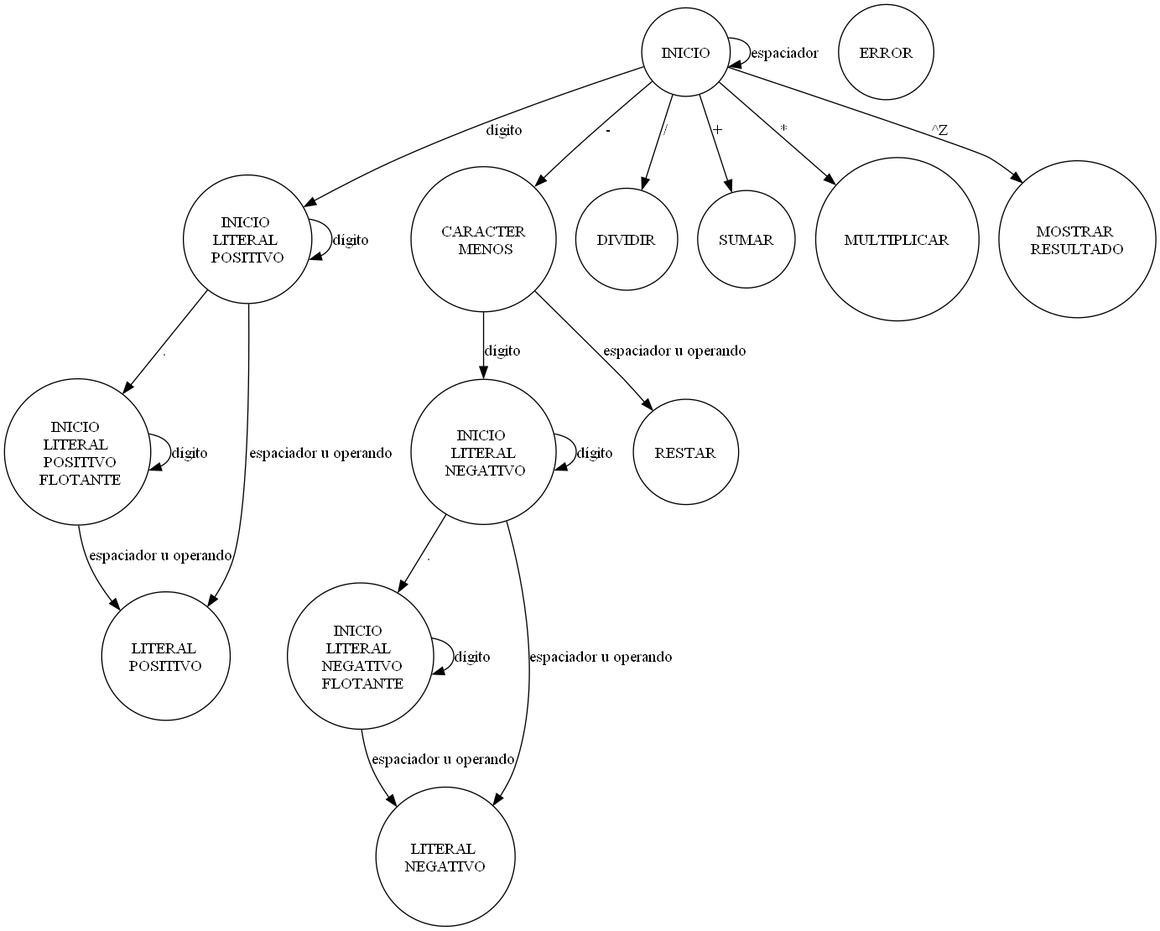
This is 25-CalculadoraPolaca/Scanner.png from IAristia/SSL, a Graphviz export, as it was before one commit. Its source is kept beside it as 25-CalculadoraPolaca/scanner.gv. Its diagram source:
```dot
digraph G {

    graph  [bgcolor="white", fontname="Arial", fontsize=12]

    node [shape = circle], witdth = 5;

    INICIO [label = "INICIO"];
    INICIO_LITERAL_POSITIVO [label = "INICIO \nLITERAL \nPOSITIVO"];
    INICIO_LITERAL_POSITIVO_FLOTANTE [label = "INICIO \nLITERAL \n POSITIVO\n FLOTANTE"];
    LITERAL_POSITIVO [label = "LITERAL \nPOSITIVO"];
    CARACTER_MENOS [label = "CARACTER\n MENOS"];
    INICIO_LITERAL_NEGATIVO [label = "INICIO \nLITERAL\n NEGATIVO"];
    INICIO_LITERAL_NEGATIVO_FLOTANTE [label = "INICIO \nLITERAL \n NEGATIVO\n FLOTANTE"];
    LITERAL_NEGATIVO [label = "LITERAL \nNEGATIVO"];
    RESTAR [label = "RESTAR"];
    DIVIDIR [label = "DIVIDIR"];
    SUMAR [label = "SUMAR"];
    MULTIPLICAR [label = "MULTIPLICAR"];
    MOSTRAR_RESULTADO [label = "MOSTRAR \nRESULTADO"];
    ERROR [label = "ERROR"];

    INICIO -> INICIO [label = "espaciador"];
    INICIO -> INICIO_LITERAL_POSITIVO [label = "dígito"];
    INICIO_LITERAL_POSITIVO -> INICIO_LITERAL_POSITIVO [label = "dígito"];
    INICIO_LITERAL_POSITIVO -> INICIO_LITERAL_POSITIVO_FLOTANTE [label = "."];
    INICIO_LITERAL_POSITIVO_FLOTANTE -> INICIO_LITERAL_POSITIVO_FLOTANTE [label = "dígito"];
    INICIO_LITERAL_POSITIVO_FLOTANTE -> LITERAL_POSITIVO [label = "espaciador u operando"];
    INICIO_LITERAL_POSITIVO -> LITERAL_POSITIVO [label = "espaciador u operando"];

    INICIO -> CARACTER_MENOS [label ="-"];
    CARACTER_MENOS -> RESTAR [label ="espaciador u operando"];
    CARACTER_MENOS -> INICIO_LITERAL_NEGATIVO [label ="dígito"];
    INICIO_LITERAL_NEGATIVO -> INICIO_LITERAL_NEGATIVO [label ="dígito"];
    INICIO_LITERAL_NEGATIVO -> LITERAL_NEGATIVO [label ="espaciador u operando"];
    INICIO_LITERAL_NEGATIVO -> INICIO_LITERAL_NEGATIVO_FLOTANTE [label ="."];
    INICIO_LITERAL_NEGATIVO_FLOTANTE -> INICIO_LITERAL_NEGATIVO_FLOTANTE [label ="dígito"];
    INICIO_LITERAL_NEGATIVO_FLOTANTE -> LITERAL_NEGATIVO[label = "espaciador u operando"];

    INICIO -> DIVIDIR[label = "/"]

    INICIO -> SUMAR[label = "+"]

    INICIO -> MULTIPLICAR[label = "*"]

    INICIO -> MOSTRAR_RESULTADO[label = "^Z"]
}
```
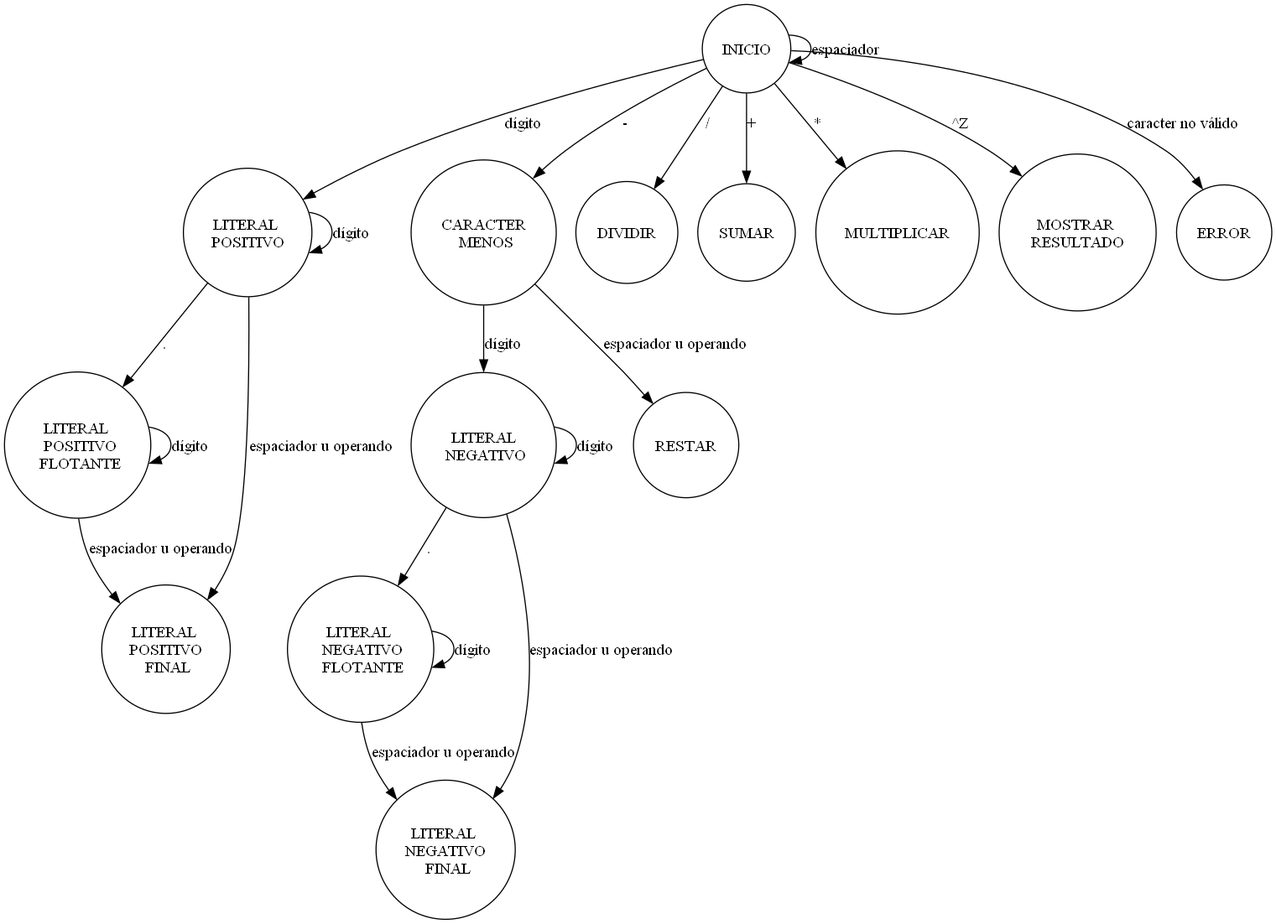
Above is the later version.

The edit, as a diff of the source:
```diff
@@ -2,39 +2,39 @@
 
     graph  [bgcolor="white", fontname="Arial", fontsize=12]
 
-    node [shape = circle], witdth = 5;
+    node [shape = circle, witdth = 5];
 
     INICIO [label = "INICIO"];
-    INICIO_LITERAL_POSITIVO [label = "INICIO \nLITERAL \nPOSITIVO"];
-    INICIO_LITERAL_POSITIVO_FLOTANTE [label = "INICIO \nLITERAL \n POSITIVO\n FLOTANTE"];
     LITERAL_POSITIVO [label = "LITERAL \nPOSITIVO"];
+    LITERAL_POSITIVO_FLOTANTE [label = "LITERAL \n POSITIVO\n FLOTANTE"];
+    LITERAL_POSITIVO_FINAL [label = "LITERAL \nPOSITIVO\n FINAL"];
     CARACTER_MENOS [label = "CARACTER\n MENOS"];
-    INICIO_LITERAL_NEGATIVO [label = "INICIO \nLITERAL\n NEGATIVO"];
-    INICIO_LITERAL_NEGATIVO_FLOTANTE [label = "INICIO \nLITERAL \n NEGATIVO\n FLOTANTE"];
-    LITERAL_NEGATIVO [label = "LITERAL \nNEGATIVO"];
+    LITERAL_NEGATIVO [label = "LITERAL\n NEGATIVO"];
+    LITERAL_NEGATIVO_FLOTANTE [label = "LITERAL \n NEGATIVO\n FLOTANTE"];
+    LITERAL_NEGATIVO_FINAL [label = "LITERAL \nNEGATIVO\n FINAL"];
     RESTAR [label = "RESTAR"];
     DIVIDIR [label = "DIVIDIR"];
     SUMAR [label = "SUMAR"];
     MULTIPLICAR [label = "MULTIPLICAR"];
-    MOSTRAR_RESULTADO [label = "MOSTRAR \nRESULTADO"];
+    RESULTADO [label = "MOSTRAR \nRESULTADO"];
     ERROR [label = "ERROR"];
 
     INICIO -> INICIO [label = "espaciador"];
-    INICIO -> INICIO_LITERAL_POSITIVO [label = "dígito"];
-    INICIO_LITERAL_POSITIVO -> INICIO_LITERAL_POSITIVO [label = "dígito"];
-    INICIO_LITERAL_POSITIVO -> INICIO_LITERAL_POSITIVO_FLOTANTE [label = "."];
-    INICIO_LITERAL_POSITIVO_FLOTANTE -> INICIO_LITERAL_POSITIVO_FLOTANTE [label = "dígito"];
-    INICIO_LITERAL_POSITIVO_FLOTANTE -> LITERAL_POSITIVO [label = "espaciador u operando"];
-    INICIO_LITERAL_POSITIVO -> LITERAL_POSITIVO [label = "espaciador u operando"];
+    INICIO -> LITERAL_POSITIVO [label = "dígito"];
+    LITERAL_POSITIVO -> LITERAL_POSITIVO [label = "dígito"];
+    LITERAL_POSITIVO -> LITERAL_POSITIVO_FLOTANTE [label = "."];
+    LITERAL_POSITIVO_FLOTANTE -> LITERAL_POSITIVO_FLOTANTE [label = "dígito"];
+    LITERAL_POSITIVO_FLOTANTE -> LITERAL_POSITIVO_FINAL [label = "espaciador u operando"];
+    LITERAL_POSITIVO -> LITERAL_POSITIVO_FINAL [label = "espaciador u operando"];
 
     INICIO -> CARACTER_MENOS [label ="-"];
     CARACTER_MENOS -> RESTAR [label ="espaciador u operando"];
-    CARACTER_MENOS -> INICIO_LITERAL_NEGATIVO [label ="dígito"];
-    INICIO_LITERAL_NEGATIVO -> INICIO_LITERAL_NEGATIVO [label ="dígito"];
-    INICIO_LITERAL_NEGATIVO -> LITERAL_NEGATIVO [label ="espaciador u operando"];
-    INICIO_LITERAL_NEGATIVO -> INICIO_LITERAL_NEGATIVO_FLOTANTE [label ="."];
-    INICIO_LITERAL_NEGATIVO_FLOTANTE -> INICIO_LITERAL_NEGATIVO_FLOTANTE [label ="dígito"];
-    INICIO_LITERAL_NEGATIVO_FLOTANTE -> LITERAL_NEGATIVO[label = "espaciador u operando"];
+    CARACTER_MENOS -> LITERAL_NEGATIVO [label ="dígito"];
+    LITERAL_NEGATIVO -> LITERAL_NEGATIVO [label ="dígito"];
+    LITERAL_NEGATIVO -> LITERAL_NEGATIVO_FINAL [label ="espaciador u operando"];
+    LITERAL_NEGATIVO -> LITERAL_NEGATIVO_FLOTANTE [label ="."];
+    LITERAL_NEGATIVO_FLOTANTE -> LITERAL_NEGATIVO_FLOTANTE [label ="dígito"];
+    LITERAL_NEGATIVO_FLOTANTE -> LITERAL_NEGATIVO_FINAL[label = "espaciador u operando"];
 
     INICIO -> DIVIDIR[label = "/"]
 
@@ -42,5 +42,8 @@
 
     INICIO -> MULTIPLICAR[label = "*"]
 
-    INICIO -> MOSTRAR_RESULTADO[label = "^Z"]
+    INICIO -> RESULTADO[label = "^Z"]
+
+    INICIO -> ERROR[label = "caracter no válido"]
+
 }
```
